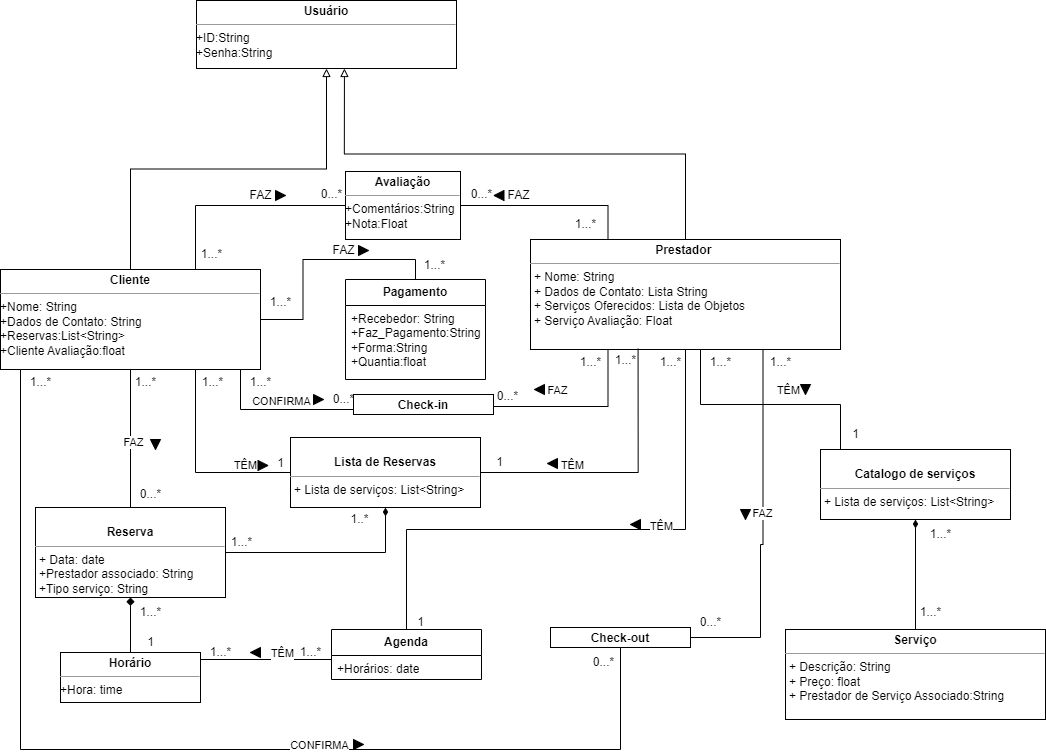
ProjetoDeSoftware/projeto keeps this draw.io diagram as E-ESTÉTICA-Página-2.drawio.png. Above is the earlier version. Source tidied: cells renumbered, new cells last; positions are measured from the earlier drawing's top-left corner, leaving out a move shared by most shapes.
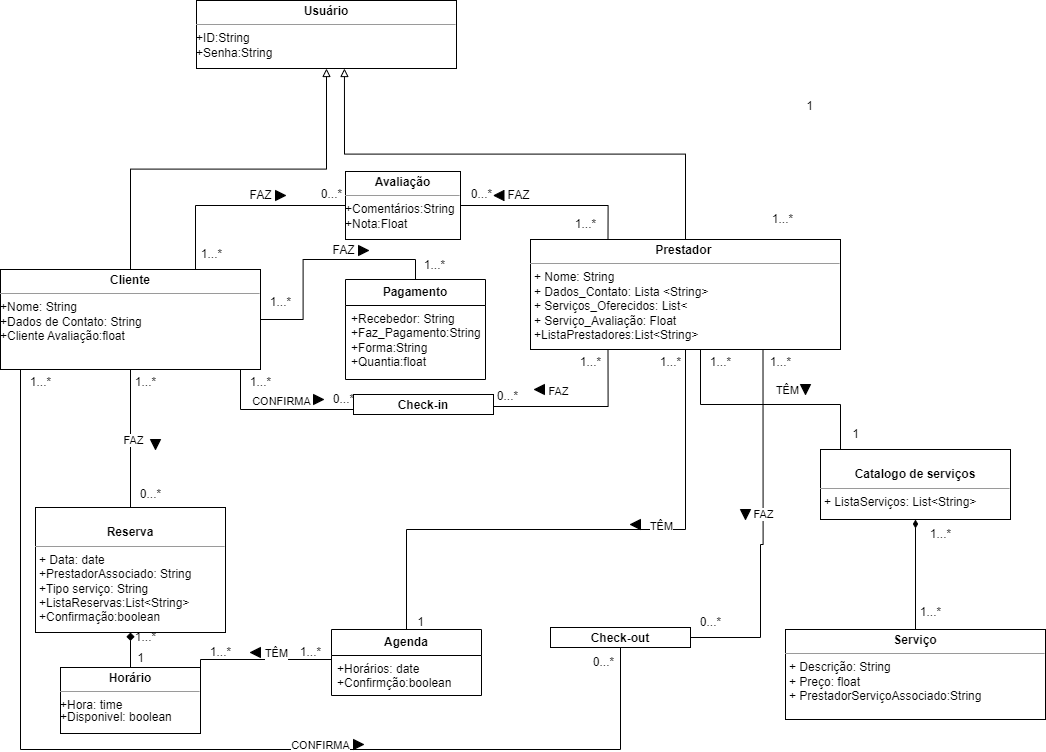
Later version of the same file.

Change to the diagram source:
```diff
@@ -44,7 +44,7 @@
     <mxCell id="10" style="edgeStyle=orthogonalEdgeStyle;rounded=0;jettySize=auto;html=1;exitX=0.75;exitY=0;exitDx=0;exitDy=0;entryX=0;entryY=0.5;entryDx=0;entryDy=0;endArrow=none;endFill=0;" parent="1" edge="1" source="11" target="78">
       <mxGeometry relative="1" as="geometry" />
     </mxCell>
-    <mxCell id="11" value="&lt;p style=&quot;margin:0px;margin-top:4px;text-align:center;&quot;&gt;&lt;/p&gt;&lt;div style=&quot;text-align: center;&quot;&gt;&lt;span style=&quot;background-color: initial;&quot;&gt;&lt;b&gt;Cliente&lt;/b&gt;&lt;/span&gt;&lt;/div&gt;&lt;hr size=&quot;1&quot;&gt;&lt;div style=&quot;border-color: var(--border-color);&quot;&gt;&lt;font style=&quot;border-color: var(--border-color); font-size: 12px;&quot;&gt;+Nome: String&lt;/font&gt;&lt;/div&gt;&lt;div style=&quot;border-color: var(--border-color);&quot;&gt;&lt;font style=&quot;border-color: var(--border-color); font-size: 12px;&quot;&gt;&lt;span style=&quot;border-color: var(--border-color);&quot;&gt;+Dados de Contato: String&lt;/span&gt;&lt;/font&gt;&lt;/div&gt;&lt;div style=&quot;border-color: var(--border-color);&quot;&gt;&lt;font style=&quot;border-color: var(--border-color); font-size: 12px;&quot;&gt;&lt;span style=&quot;border-color: var(--border-color);&quot;&gt;+Reservas:List&amp;lt;String&amp;gt;&lt;/span&gt;&lt;/font&gt;&lt;/div&gt;&lt;div style=&quot;border-color: var(--border-color);&quot;&gt;&lt;font style=&quot;border-color: var(--border-color); font-size: 12px;&quot;&gt;&lt;span style=&quot;border-color: var(--border-color);&quot;&gt;+Cliente Avaliação:float&lt;/span&gt;&lt;/font&gt;&lt;/div&gt;" style="verticalAlign=top;align=left;overflow=fill;fontSize=12;fontFamily=Helvetica;html=1;whiteSpace=wrap;" parent="1" vertex="1">
+    <mxCell id="11" value="&lt;p style=&quot;margin:0px;margin-top:4px;text-align:center;&quot;&gt;&lt;/p&gt;&lt;div style=&quot;text-align: center;&quot;&gt;&lt;span style=&quot;background-color: initial;&quot;&gt;&lt;b&gt;Cliente&lt;/b&gt;&lt;/span&gt;&lt;/div&gt;&lt;hr size=&quot;1&quot;&gt;&lt;div style=&quot;border-color: var(--border-color);&quot;&gt;&lt;font style=&quot;border-color: var(--border-color); font-size: 12px;&quot;&gt;+Nome: String&lt;/font&gt;&lt;/div&gt;&lt;div style=&quot;border-color: var(--border-color);&quot;&gt;&lt;font style=&quot;border-color: var(--border-color); font-size: 12px;&quot;&gt;&lt;span style=&quot;border-color: var(--border-color);&quot;&gt;+Dados de Contato: String&lt;/span&gt;&lt;/font&gt;&lt;/div&gt;&lt;div style=&quot;border-color: var(--border-color);&quot;&gt;&lt;span style=&quot;background-color: initial;&quot;&gt;+Cliente Avaliação:float&lt;/span&gt;&lt;br&gt;&lt;/div&gt;" style="verticalAlign=top;align=left;overflow=fill;fontSize=12;fontFamily=Helvetica;html=1;whiteSpace=wrap;" parent="1" vertex="1">
       <mxGeometry y="269" width="260" height="100" as="geometry" />
     </mxCell>
     <mxCell id="12" style="edgeStyle=orthogonalEdgeStyle;rounded=0;jettySize=auto;html=1;exitX=0.5;exitY=1;exitDx=0;exitDy=0;entryX=0.5;entryY=0;entryDx=0;entryDy=0;endArrow=none;endFill=0;" parent="1" edge="1" source="21" target="26">
@@ -104,35 +104,32 @@
     <mxCell id="20" style="edgeStyle=orthogonalEdgeStyle;rounded=0;jettySize=auto;html=1;exitX=0.25;exitY=0;exitDx=0;exitDy=0;entryX=1;entryY=0.5;entryDx=0;entryDy=0;endArrow=none;endFill=0;" parent="1" edge="1" source="21" target="78">
       <mxGeometry relative="1" as="geometry" />
     </mxCell>
-    <mxCell id="21" value="&lt;p style=&quot;margin:0px;margin-top:4px;text-align:center;&quot;&gt;&lt;b&gt;Prestador&amp;nbsp;&lt;/b&gt;&lt;/p&gt;&lt;hr size=&quot;1&quot;&gt;&lt;p style=&quot;margin:0px;margin-left:4px;&quot;&gt;+ Nome: String&lt;br&gt;+ Dados de Contato: Lista String&lt;/p&gt;&lt;p style=&quot;margin:0px;margin-left:4px;&quot;&gt;+ Serviços Oferecidos: Lista de Objetos&lt;/p&gt;&lt;p style=&quot;margin:0px;margin-left:4px;&quot;&gt;+ Serviço Avaliação: Float&lt;/p&gt;&lt;font style=&quot;font-size: 12px;&quot;&gt;&lt;br&gt;&lt;/font&gt;&lt;p style=&quot;margin: 0px 0px 0px 4px; font-size: 10px;&quot;&gt;&lt;font style=&quot;font-size: 10px;&quot;&gt;&lt;br&gt;&amp;nbsp;&lt;/font&gt;&lt;/p&gt;" style="verticalAlign=top;align=left;overflow=fill;fontSize=12;fontFamily=Helvetica;html=1;whiteSpace=wrap;horizontal=1;" parent="1" vertex="1">
+    <mxCell id="21" value="&lt;p style=&quot;margin:0px;margin-top:4px;text-align:center;&quot;&gt;&lt;b&gt;Prestador&amp;nbsp;&lt;/b&gt;&lt;/p&gt;&lt;hr size=&quot;1&quot;&gt;&lt;p style=&quot;margin:0px;margin-left:4px;&quot;&gt;+ Nome: String&lt;br&gt;+ Dados_Contato: Lista &amp;lt;String&amp;gt;&lt;/p&gt;&lt;p style=&quot;margin:0px;margin-left:4px;&quot;&gt;+ Serviços_Oferecidos: List&amp;lt;&lt;/p&gt;&lt;p style=&quot;margin:0px;margin-left:4px;&quot;&gt;+ Serviço_Avaliação: Float&lt;/p&gt;&lt;p style=&quot;margin:0px;margin-left:4px;&quot;&gt;+ListaPrestadores:List&amp;lt;String&amp;gt;&lt;/p&gt;&lt;font style=&quot;font-size: 12px;&quot;&gt;&lt;br&gt;&lt;/font&gt;&lt;p style=&quot;margin: 0px 0px 0px 4px; font-size: 10px;&quot;&gt;&lt;font style=&quot;font-size: 10px;&quot;&gt;&lt;br&gt;&amp;nbsp;&lt;/font&gt;&lt;/p&gt;" style="verticalAlign=top;align=left;overflow=fill;fontSize=12;fontFamily=Helvetica;html=1;whiteSpace=wrap;horizontal=1;" parent="1" vertex="1">
       <mxGeometry x="530" y="239" width="310" height="110" as="geometry" />
     </mxCell>
     <mxCell id="22" style="edgeStyle=orthogonalEdgeStyle;rounded=0;jettySize=auto;html=1;exitX=0.5;exitY=0;exitDx=0;exitDy=0;entryX=0.5;entryY=1;entryDx=0;entryDy=0;endArrow=diamondThin;endFill=1;" parent="1" edge="1" source="23" target="28">
       <mxGeometry relative="1" as="geometry" />
     </mxCell>
-    <mxCell id="23" value="&lt;p style=&quot;margin:0px;margin-top:4px;text-align:center;&quot;&gt;&lt;b&gt;Serviço&lt;/b&gt;&lt;/p&gt;&lt;hr size=&quot;1&quot;&gt;&lt;p style=&quot;margin:0px;margin-left:4px;&quot;&gt;+ Descrição: String&lt;br&gt;+ Preço: float&lt;/p&gt;&lt;p style=&quot;margin:0px;margin-left:4px;&quot;&gt;+ Prestador de Serviço Associado:String&lt;/p&gt;" style="verticalAlign=top;align=left;overflow=fill;fontSize=12;fontFamily=Helvetica;html=1;whiteSpace=wrap;" parent="1" vertex="1">
+    <mxCell id="23" value="&lt;p style=&quot;margin:0px;margin-top:4px;text-align:center;&quot;&gt;&lt;b&gt;Serviço&lt;/b&gt;&lt;/p&gt;&lt;hr size=&quot;1&quot;&gt;&lt;p style=&quot;margin:0px;margin-left:4px;&quot;&gt;+ Descrição: String&lt;br&gt;+ Preço: float&lt;/p&gt;&lt;p style=&quot;margin:0px;margin-left:4px;&quot;&gt;+ PrestadorServiçoAssociado:String&lt;/p&gt;" style="verticalAlign=top;align=left;overflow=fill;fontSize=12;fontFamily=Helvetica;html=1;whiteSpace=wrap;" parent="1" vertex="1">
       <mxGeometry x="785" y="629" width="260" height="90" as="geometry" />
     </mxCell>
-    <mxCell id="24" style="edgeStyle=orthogonalEdgeStyle;rounded=0;jettySize=auto;html=1;exitX=1;exitY=0.5;exitDx=0;exitDy=0;entryX=0.5;entryY=1;entryDx=0;entryDy=0;endArrow=diamondThin;endFill=1;" parent="1" edge="1" source="25" target="73">
-      <mxGeometry relative="1" as="geometry" />
-    </mxCell>
-    <mxCell id="25" value="&lt;p style=&quot;margin:0px;margin-top:4px;text-align:center;&quot;&gt;&lt;br&gt;&lt;b&gt;Reserva&lt;/b&gt;&lt;/p&gt;&lt;hr size=&quot;1&quot;&gt;&lt;p style=&quot;margin:0px;margin-left:4px;&quot;&gt;+ Data: date&lt;/p&gt;&lt;p style=&quot;margin:0px;margin-left:4px;&quot;&gt;&lt;/p&gt;&lt;p style=&quot;margin:0px;margin-left:4px;&quot;&gt;+Prestador associado: String&lt;/p&gt;&lt;p style=&quot;margin:0px;margin-left:4px;&quot;&gt;+Tipo serviço: String&lt;/p&gt;" style="verticalAlign=top;align=left;overflow=fill;fontSize=12;fontFamily=Helvetica;html=1;whiteSpace=wrap;" parent="1" vertex="1">
-      <mxGeometry x="35" y="507" width="190" height="90" as="geometry" />
+    <mxCell id="25" value="&lt;p style=&quot;margin:0px;margin-top:4px;text-align:center;&quot;&gt;&lt;br&gt;&lt;b&gt;Reserva&lt;/b&gt;&lt;/p&gt;&lt;hr size=&quot;1&quot;&gt;&lt;p style=&quot;margin:0px;margin-left:4px;&quot;&gt;+ Data: date&lt;/p&gt;&lt;p style=&quot;margin:0px;margin-left:4px;&quot;&gt;&lt;/p&gt;&lt;p style=&quot;margin:0px;margin-left:4px;&quot;&gt;+PrestadorAssociado: String&lt;/p&gt;&lt;p style=&quot;margin:0px;margin-left:4px;&quot;&gt;+Tipo serviço: String&lt;/p&gt;&lt;p style=&quot;margin:0px;margin-left:4px;&quot;&gt;+ListaReservas:List&amp;lt;String&amp;gt;&lt;/p&gt;&lt;p style=&quot;margin:0px;margin-left:4px;&quot;&gt;+Confirmação:boolean&lt;/p&gt;&lt;div&gt;&lt;span style=&quot;background-color: initial;&quot;&gt;&lt;br&gt;&lt;/span&gt;&lt;/div&gt;" style="verticalAlign=top;align=left;overflow=fill;fontSize=12;fontFamily=Helvetica;html=1;whiteSpace=wrap;" parent="1" vertex="1">
+      <mxGeometry x="35" y="507" width="190" height="125" as="geometry" />
     </mxCell>
     <mxCell id="26" value="&lt;b&gt;Agenda&lt;/b&gt;" style="swimlane;fontStyle=0;horizontal=1;startSize=26;fillColor=none;whiteSpace=wrap;html=1;" parent="1" vertex="1">
-      <mxGeometry x="331" y="629" width="150" height="50" as="geometry" />
+      <mxGeometry x="331" y="629" width="150" height="66" as="geometry" />
     </mxCell>
-    <mxCell id="27" value="+Horários: date" style="text;strokeColor=none;fillColor=none;align=left;verticalAlign=top;spacingLeft=4;spacingRight=4;overflow=hidden;points=[[0,0.5],[1,0.5]];portConstraint=eastwest;whiteSpace=wrap;html=1;" parent="26" vertex="1">
-      <mxGeometry y="26" width="150" height="24" as="geometry" />
+    <mxCell id="27" value="+Horários: date&lt;br&gt;+Confirmção:boolean" style="text;strokeColor=none;fillColor=none;align=left;verticalAlign=top;spacingLeft=4;spacingRight=4;overflow=hidden;points=[[0,0.5],[1,0.5]];portConstraint=eastwest;whiteSpace=wrap;html=1;" parent="26" vertex="1">
+      <mxGeometry y="26" width="150" height="40" as="geometry" />
     </mxCell>
-    <mxCell id="28" value="&lt;p style=&quot;margin:0px;margin-top:4px;text-align:center;&quot;&gt;&lt;br&gt;&lt;b&gt;Catalogo de serviços&lt;/b&gt;&lt;/p&gt;&lt;hr size=&quot;1&quot;&gt;&lt;p style=&quot;margin:0px;margin-left:4px;&quot;&gt;+ Lista de serviços: List&amp;lt;String&amp;gt;&lt;/p&gt;" style="verticalAlign=top;align=left;overflow=fill;fontSize=12;fontFamily=Helvetica;html=1;whiteSpace=wrap;" parent="1" vertex="1">
+    <mxCell id="28" value="&lt;p style=&quot;margin:0px;margin-top:4px;text-align:center;&quot;&gt;&lt;br&gt;&lt;b&gt;Catalogo de serviços&lt;/b&gt;&lt;/p&gt;&lt;hr size=&quot;1&quot;&gt;&lt;p style=&quot;margin:0px;margin-left:4px;&quot;&gt;+ ListaServiços: List&amp;lt;String&amp;gt;&lt;/p&gt;" style="verticalAlign=top;align=left;overflow=fill;fontSize=12;fontFamily=Helvetica;html=1;whiteSpace=wrap;" parent="1" vertex="1">
       <mxGeometry x="820" y="449" width="190" height="70" as="geometry" />
     </mxCell>
     <mxCell id="29" style="edgeStyle=orthogonalEdgeStyle;rounded=0;jettySize=auto;html=1;exitX=0.5;exitY=0;exitDx=0;exitDy=0;entryX=0.5;entryY=1;entryDx=0;entryDy=0;endArrow=diamond;endFill=1;" parent="1" edge="1" source="30" target="25">
       <mxGeometry relative="1" as="geometry" />
     </mxCell>
-    <mxCell id="30" value="&lt;p style=&quot;margin:0px;margin-top:4px;text-align:center;&quot;&gt;&lt;b&gt;Horário&lt;/b&gt;&lt;/p&gt;&lt;hr size=&quot;1&quot;&gt;&lt;div style=&quot;height:2px;&quot;&gt;+Hora: time&lt;/div&gt;" style="verticalAlign=top;align=left;overflow=fill;fontSize=12;fontFamily=Helvetica;html=1;whiteSpace=wrap;" parent="1" vertex="1">
-      <mxGeometry x="60" y="652" width="140" height="50" as="geometry" />
+    <mxCell id="30" value="&lt;p style=&quot;margin:0px;margin-top:4px;text-align:center;&quot;&gt;&lt;b&gt;Horário&lt;/b&gt;&lt;/p&gt;&lt;hr size=&quot;1&quot;&gt;&lt;div style=&quot;height:2px;&quot;&gt;+Hora: time&lt;/div&gt;&lt;div style=&quot;height:2px;&quot;&gt;&lt;br&gt;&lt;/div&gt;&lt;div style=&quot;height:2px;&quot;&gt;&lt;br&gt;&lt;/div&gt;&lt;div style=&quot;height:2px;&quot;&gt;&lt;br&gt;&lt;/div&gt;&lt;div style=&quot;height:2px;&quot;&gt;&lt;br&gt;&lt;/div&gt;&lt;div style=&quot;height:2px;&quot;&gt;&lt;br&gt;&lt;/div&gt;&lt;div style=&quot;height:2px;&quot;&gt;+Disponivel: boolean&lt;/div&gt;" style="verticalAlign=top;align=left;overflow=fill;fontSize=12;fontFamily=Helvetica;html=1;whiteSpace=wrap;" parent="1" vertex="1">
+      <mxGeometry x="60" y="667" width="140" height="66" as="geometry" />
     </mxCell>
     <mxCell id="31" value="&lt;p style=&quot;margin:0px;margin-top:4px;text-align:center;&quot;&gt;&lt;b&gt;Check-in&lt;/b&gt;&lt;/p&gt;&lt;hr size=&quot;1&quot;&gt;&lt;div style=&quot;height:2px;&quot;&gt;&lt;br&gt;&lt;/div&gt;" style="verticalAlign=top;align=left;overflow=fill;fontSize=12;fontFamily=Helvetica;html=1;whiteSpace=wrap;" parent="1" vertex="1">
       <mxGeometry x="353" y="394" width="140" height="20" as="geometry" />
@@ -217,10 +214,10 @@
       <mxGeometry x="290" y="637" width="40" height="30" as="geometry" />
     </mxCell>
     <mxCell id="56" value="1" style="text;html=1;align=center;verticalAlign=middle;strokeColor=none;fillColor=none;" parent="1" vertex="1">
-      <mxGeometry x="135" y="627" width="30" height="30" as="geometry" />
+      <mxGeometry x="125" y="643" width="30" height="30" as="geometry" />
     </mxCell>
     <mxCell id="57" value="1...*" style="text;html=1;align=center;verticalAlign=middle;strokeColor=none;fillColor=none;" parent="1" vertex="1">
-      <mxGeometry x="130" y="597" width="40" height="30" as="geometry" />
+      <mxGeometry x="125" y="622" width="40" height="30" as="geometry" />
     </mxCell>
     <mxCell id="58" value="0...*" style="text;html=1;align=center;verticalAlign=middle;strokeColor=none;fillColor=none;" parent="1" vertex="1">
       <mxGeometry x="130" y="479" width="40" height="30" as="geometry" />
@@ -264,46 +261,9 @@
     <mxCell id="71" value="+Recebedor: String&lt;br&gt;+Faz_Pagamento:String&lt;br&gt;+Forma:String&lt;br&gt;+Quantia:float" style="text;strokeColor=none;fillColor=none;align=left;verticalAlign=top;spacingLeft=4;spacingRight=4;overflow=hidden;whiteSpace=wrap;html=1;" parent="70" vertex="1">
       <mxGeometry y="26" width="140" height="74" as="geometry" />
     </mxCell>
-    <mxCell id="72" style="edgeStyle=orthogonalEdgeStyle;rounded=0;jettySize=auto;html=1;exitX=0;exitY=0.5;exitDx=0;exitDy=0;entryX=0.75;entryY=1;entryDx=0;entryDy=0;endArrow=none;endFill=0;" parent="1" edge="1" source="73" target="11">
-      <mxGeometry relative="1" as="geometry" />
-    </mxCell>
-    <mxCell id="73" value="&lt;p style=&quot;margin:0px;margin-top:4px;text-align:center;&quot;&gt;&lt;br&gt;&lt;b&gt;Lista de Reservas&lt;/b&gt;&lt;/p&gt;&lt;hr size=&quot;1&quot;&gt;&lt;p style=&quot;margin:0px;margin-left:4px;&quot;&gt;+ Lista de serviços: List&amp;lt;String&amp;gt;&lt;/p&gt;" style="verticalAlign=top;align=left;overflow=fill;fontSize=12;fontFamily=Helvetica;html=1;whiteSpace=wrap;" parent="1" vertex="1">
-      <mxGeometry x="290" y="437" width="190" height="70" as="geometry" />
-    </mxCell>
-    <mxCell id="74" style="edgeStyle=orthogonalEdgeStyle;rounded=0;jettySize=auto;html=1;exitX=1;exitY=0.5;exitDx=0;exitDy=0;entryX=0.347;entryY=0.993;entryDx=0;entryDy=0;entryPerimeter=0;endArrow=none;endFill=0;" parent="1" edge="1" source="73" target="21">
-      <mxGeometry relative="1" as="geometry" />
-    </mxCell>
-    <mxCell id="75" value="TÊM" style="edgeLabel;html=1;align=center;verticalAlign=middle;" parent="1" vertex="1">
-      <mxGeometry x="670" y="534.8" as="geometry">
-        <mxPoint x="-99" y="-71" as="offset" />
-      </mxGeometry>
-    </mxCell>
-    <mxCell id="76" style="triangle;whiteSpace=wrap;html=1;dashed=0;direction=south;fillColor=#000000;rotation=90;" parent="1" vertex="1">
-      <mxGeometry x="547" y="458" width="10" height="10" as="geometry" />
-    </mxCell>
-    <mxCell id="77" value="TÊM" style="edgeLabel;html=1;align=center;verticalAlign=middle;" parent="1" vertex="1">
-      <mxGeometry x="280" y="453" as="geometry">
-        <mxPoint x="-36" y="11" as="offset" />
-      </mxGeometry>
-    </mxCell>
     <mxCell id="78" value="&lt;p style=&quot;margin:0px;margin-top:4px;text-align:center;&quot;&gt;&lt;/p&gt;&lt;div style=&quot;text-align: center;&quot;&gt;&lt;b&gt;Avaliação&lt;/b&gt;&lt;/div&gt;&lt;hr size=&quot;1&quot;&gt;&lt;div style=&quot;border-color: var(--border-color);&quot;&gt;&lt;span style=&quot;background-color: initial;&quot;&gt;+Comentários:String&lt;/span&gt;&lt;br&gt;&lt;/div&gt;&lt;div style=&quot;border-color: var(--border-color);&quot;&gt;&lt;span style=&quot;background-color: initial;&quot;&gt;+Nota:Float&lt;/span&gt;&lt;/div&gt;" style="verticalAlign=top;align=left;overflow=fill;fontSize=12;fontFamily=Helvetica;html=1;whiteSpace=wrap;" parent="1" vertex="1">
       <mxGeometry x="345" y="171" width="115" height="68" as="geometry" />
     </mxCell>
-    <mxCell id="79" value="1" style="text;html=1;align=center;verticalAlign=middle;strokeColor=none;fillColor=none;" parent="1" vertex="1">
-      <mxGeometry x="486" y="449" width="25" height="26" as="geometry" />
-    </mxCell>
-    <mxCell id="80" value="1" style="text;html=1;align=center;verticalAlign=middle;strokeColor=none;fillColor=none;" parent="1" vertex="1">
-      <mxGeometry x="267.5" y="450" width="25" height="26" as="geometry" />
-    </mxCell>
-    <mxCell id="81" style="triangle;whiteSpace=wrap;html=1;dashed=0;direction=south;fillColor=#000000;rotation=-90;" parent="1" vertex="1">
-      <mxGeometry x="257.5" y="460" width="10" height="10" as="geometry" />
-    </mxCell>
-    <mxCell id="82" value="1...*" style="text;html=1;align=center;verticalAlign=middle;strokeColor=none;fillColor=none;" parent="1" vertex="1">
-      <mxGeometry x="605" y="347" width="39" height="26" as="geometry" />
-    </mxCell>
-    <mxCell id="83" value="1...*" style="text;html=1;align=center;verticalAlign=middle;strokeColor=none;fillColor=none;" parent="1" vertex="1">
-      <mxGeometry x="192" y="369" width="39" height="26" as="geometry" />
-    </mxCell>
     <mxCell id="84" value="FAZ" style="text;html=1;align=center;verticalAlign=middle;strokeColor=none;fillColor=none;" parent="1" vertex="1">
       <mxGeometry x="235" y="180" width="50" height="30" as="geometry" />
     </mxCell>
@@ -328,11 +288,11 @@
     <mxCell id="91" value="0...*" style="text;html=1;align=center;verticalAlign=middle;strokeColor=none;fillColor=none;" parent="1" vertex="1">
       <mxGeometry x="311" y="181" width="39" height="26" as="geometry" />
     </mxCell>
-    <mxCell id="92" value="1...*" style="text;html=1;align=center;verticalAlign=middle;strokeColor=none;fillColor=none;" parent="1" vertex="1">
-      <mxGeometry x="221" y="529" width="39" height="26" as="geometry" />
-    </mxCell>
-    <mxCell id="93" value="1..*" style="text;html=1;align=center;verticalAlign=middle;strokeColor=none;fillColor=none;" parent="1" vertex="1">
-      <mxGeometry x="341" y="506" width="36" height="26" as="geometry" />
-    </mxCell>
+    <mxCell id="94" value="1" style="text;html=1;align=center;verticalAlign=middle;strokeColor=none;fillColor=none;" parent="1" vertex="1">
+      <mxGeometry x="796" y="93" width="25" height="26" as="geometry" />
+    </mxCell>
+    <mxCell id="95" value="1...*" style="text;html=1;align=center;verticalAlign=middle;strokeColor=none;fillColor=none;" parent="1" vertex="1">
+      <mxGeometry x="762" y="206" width="39" height="26" as="geometry" />
+    </mxCell>
   </root>
 </mxGraphModel>
```
